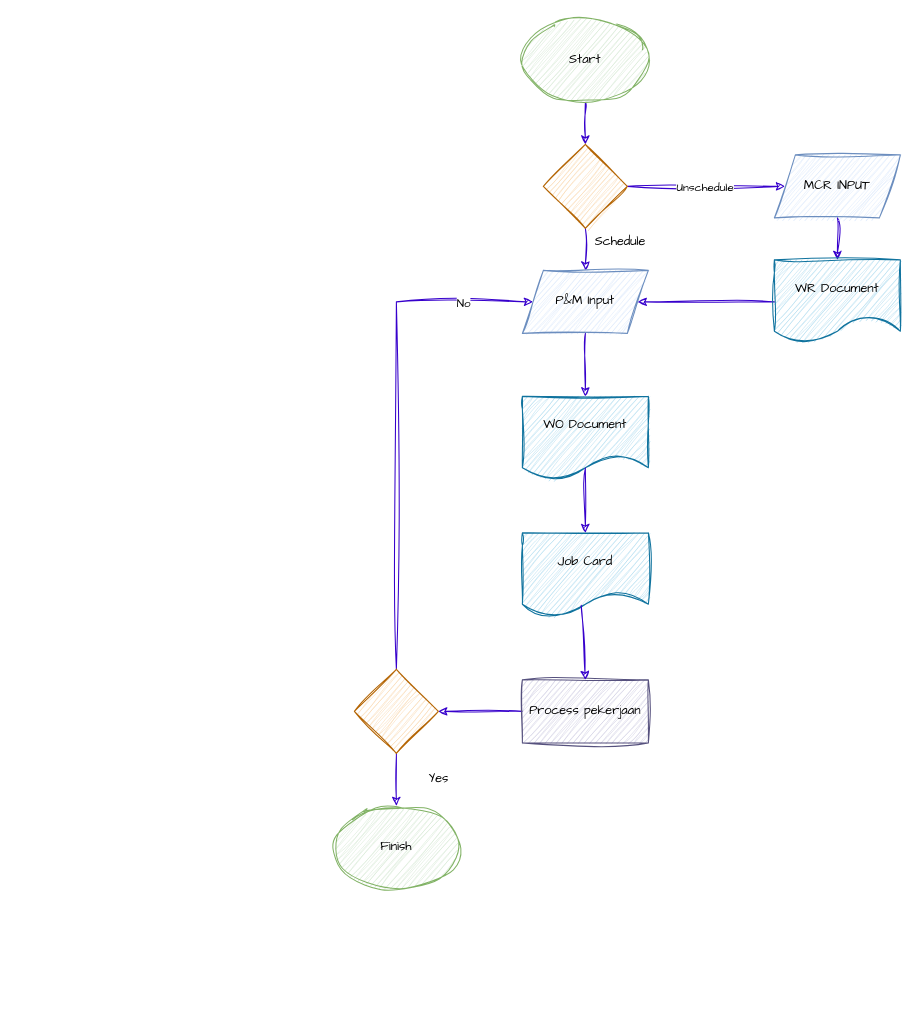
Earlier version of the draw.io diagram flowchart WO.drawio (ignafransdstn/social). Source tidied: cells renumbered, new cells numbered last; positions are measured from the earlier drawing's top-left corner, leaving out a move shared by most shapes. Both pictures are drawn from the tidied source at 105%, with x=0, y=0 at pixel (333, 18).
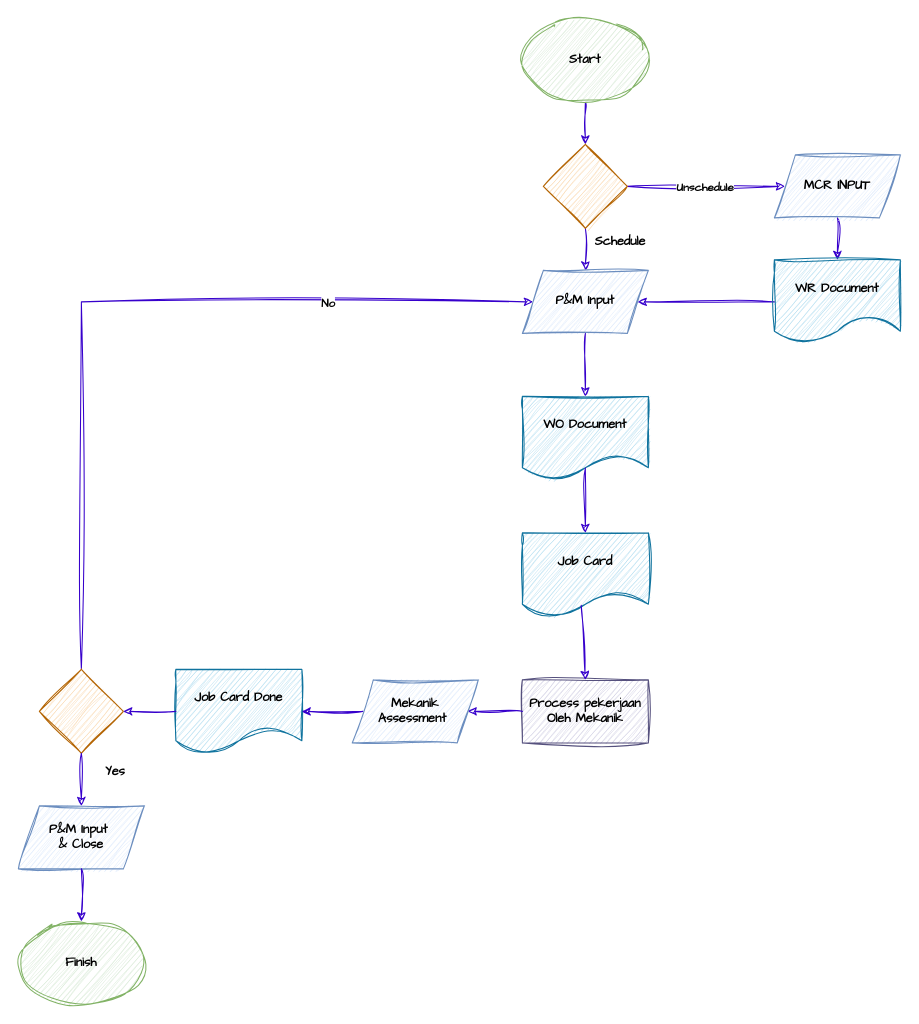
Above is the later version.

The change refers to these unchanged cells:
```xml
<mxCell id="4" style="edgeStyle=orthogonalEdgeStyle;rounded=0;sketch=1;hachureGap=4;jiggle=2;curveFitting=1;jettySize=auto;html=1;exitX=1;exitY=0.5;exitDx=0;exitDy=0;entryX=0;entryY=0.5;entryDx=0;entryDy=0;fontFamily=Architects Daughter;fillColor=#6a00ff;strokeColor=#3700CC;" parent="1" edge="1" source="7" target="11">
  <mxGeometry relative="1" as="geometry" />
</mxCell>
```

Diff of the diagram source:
```diff
@@
-    <mxCell id="3" value="Start" style="ellipse;whiteSpace=wrap;html=1;sketch=1;hachureGap=4;jiggle=2;curveFitting=1;fontFamily=Architects Daughter;fillColor=#d5e8d4;strokeColor=#82b366;" parent="1" vertex="1">
+    <mxCell id="3" value="&lt;b&gt;Start&lt;/b&gt;" style="ellipse;whiteSpace=wrap;html=1;sketch=1;hachureGap=4;jiggle=2;curveFitting=1;fontFamily=Architects Daughter;fillColor=#d5e8d4;strokeColor=#82b366;" parent="1" vertex="1">
       <mxGeometry x="180" width="120" height="80" as="geometry" />
     </mxCell>
@@
-    <mxCell id="5" value="Unschedule" style="edgeLabel;html=1;align=center;verticalAlign=middle;sketch=1;hachureGap=4;jiggle=2;curveFitting=1;fontFamily=Architects Daughter;" parent="4" vertex="1">
+    <mxCell id="5" value="&lt;b&gt;Unschedule&lt;/b&gt;" style="edgeLabel;html=1;align=center;verticalAlign=middle;sketch=1;hachureGap=4;jiggle=2;curveFitting=1;fontFamily=Architects Daughter;" parent="4" vertex="1">
       <mxGeometry x="-0.35" y="-3" relative="1" as="geometry">
         <mxPoint x="24" y="-3" as="offset" />
       </mxGeometry>
     </mxCell>
@@
-    <mxCell id="8" style="edgeStyle=orthogonalEdgeStyle;rounded=0;sketch=1;hachureGap=4;jiggle=2;curveFitting=1;jettySize=auto;html=1;exitX=0;exitY=0.5;exitDx=0;exitDy=0;entryX=1;entryY=0.5;entryDx=0;entryDy=0;fontFamily=Architects Daughter;fillColor=#6a00ff;strokeColor=#3700CC;" parent="1" edge="1" source="9" target="21">
-      <mxGeometry relative="1" as="geometry" />
-    </mxCell>
-    <mxCell id="9" value="Process pekerjaan" style="rounded=0;whiteSpace=wrap;html=1;sketch=1;hachureGap=4;jiggle=2;curveFitting=1;fontFamily=Architects Daughter;fillColor=#d0cee2;strokeColor=#56517e;" parent="1" vertex="1">
+    <mxCell id="9" value="&lt;b&gt;Process pekerjaan Oleh Mekanik&lt;/b&gt;" style="rounded=0;whiteSpace=wrap;html=1;sketch=1;hachureGap=4;jiggle=2;curveFitting=1;fontFamily=Architects Daughter;fillColor=#d0cee2;strokeColor=#56517e;" parent="1" vertex="1">
       <mxGeometry x="180" y="630" width="120" height="60" as="geometry" />
     </mxCell>
@@
-    <mxCell id="11" value="MCR INPUT" style="shape=parallelogram;perimeter=parallelogramPerimeter;whiteSpace=wrap;html=1;fixedSize=1;sketch=1;hachureGap=4;jiggle=2;curveFitting=1;fontFamily=Architects Daughter;fillColor=#dae8fc;strokeColor=#6c8ebf;" parent="1" vertex="1">
+    <mxCell id="11" value="&lt;b&gt;MCR INPUT&lt;/b&gt;" style="shape=parallelogram;perimeter=parallelogramPerimeter;whiteSpace=wrap;html=1;fixedSize=1;sketch=1;hachureGap=4;jiggle=2;curveFitting=1;fontFamily=Architects Daughter;fillColor=#dae8fc;strokeColor=#6c8ebf;" parent="1" vertex="1">
       <mxGeometry x="420" y="130" width="120" height="60" as="geometry" />
     </mxCell>
@@
-    <mxCell id="13" value="P&amp;amp;M Input" style="shape=parallelogram;perimeter=parallelogramPerimeter;whiteSpace=wrap;html=1;fixedSize=1;sketch=1;hachureGap=4;jiggle=2;curveFitting=1;fontFamily=Architects Daughter;fillColor=#dae8fc;strokeColor=#6c8ebf;" parent="1" vertex="1">
+    <mxCell id="13" value="&lt;b&gt;P&amp;amp;M Input&lt;/b&gt;" style="shape=parallelogram;perimeter=parallelogramPerimeter;whiteSpace=wrap;html=1;fixedSize=1;sketch=1;hachureGap=4;jiggle=2;curveFitting=1;fontFamily=Architects Daughter;fillColor=#dae8fc;strokeColor=#6c8ebf;" parent="1" vertex="1">
       <mxGeometry x="180" y="240" width="120" height="60" as="geometry" />
     </mxCell>
@@
-    <mxCell id="15" value="WR Document" style="shape=document;whiteSpace=wrap;html=1;boundedLbl=1;sketch=1;hachureGap=4;jiggle=2;curveFitting=1;fontFamily=Architects Daughter;fillColor=#b1ddf0;strokeColor=#10739e;" parent="1" vertex="1">
+    <mxCell id="15" value="&lt;b&gt;WR Document&lt;/b&gt;" style="shape=document;whiteSpace=wrap;html=1;boundedLbl=1;sketch=1;hachureGap=4;jiggle=2;curveFitting=1;fontFamily=Architects Daughter;fillColor=#b1ddf0;strokeColor=#10739e;" parent="1" vertex="1">
       <mxGeometry x="420" y="230" width="120" height="80" as="geometry" />
     </mxCell>
-    <mxCell id="16" value="WO Document" style="shape=document;whiteSpace=wrap;html=1;boundedLbl=1;sketch=1;hachureGap=4;jiggle=2;curveFitting=1;fontFamily=Architects Daughter;fillColor=#b1ddf0;strokeColor=#10739e;" parent="1" vertex="1">
+    <mxCell id="16" value="&lt;b&gt;WO Document&lt;/b&gt;" style="shape=document;whiteSpace=wrap;html=1;boundedLbl=1;sketch=1;hachureGap=4;jiggle=2;curveFitting=1;fontFamily=Architects Daughter;fillColor=#b1ddf0;strokeColor=#10739e;" parent="1" vertex="1">
       <mxGeometry x="180" y="360" width="120" height="80" as="geometry" />
     </mxCell>
-    <mxCell id="17" value="Job Card" style="shape=document;whiteSpace=wrap;html=1;boundedLbl=1;sketch=1;hachureGap=4;jiggle=2;curveFitting=1;fontFamily=Architects Daughter;fillColor=#b1ddf0;strokeColor=#10739e;" parent="1" vertex="1">
+    <mxCell id="17" value="&lt;b&gt;Job Card&lt;/b&gt;" style="shape=document;whiteSpace=wrap;html=1;boundedLbl=1;sketch=1;hachureGap=4;jiggle=2;curveFitting=1;fontFamily=Architects Daughter;fillColor=#b1ddf0;strokeColor=#10739e;" parent="1" vertex="1">
       <mxGeometry x="180" y="490" width="120" height="80" as="geometry" />
     </mxCell>
-    <mxCell id="18" style="edgeStyle=orthogonalEdgeStyle;rounded=0;sketch=1;hachureGap=4;jiggle=2;curveFitting=1;jettySize=auto;html=1;exitX=0.5;exitY=1;exitDx=0;exitDy=0;entryX=0.5;entryY=0;entryDx=0;entryDy=0;fontFamily=Architects Daughter;fillColor=#6a00ff;strokeColor=#3700CC;" parent="1" edge="1" source="21" target="24">
-      <mxGeometry relative="1" as="geometry" />
-    </mxCell>
-    <mxCell id="19" style="edgeStyle=orthogonalEdgeStyle;rounded=0;sketch=1;hachureGap=4;jiggle=2;curveFitting=1;jettySize=auto;html=1;exitX=0.5;exitY=0;exitDx=0;exitDy=0;entryX=0;entryY=0.5;entryDx=0;entryDy=0;fontFamily=Architects Daughter;fillColor=#6a00ff;strokeColor=#3700CC;" parent="1" edge="1" source="21" target="13">
+    <mxCell id="19" style="edgeStyle=orthogonalEdgeStyle;rounded=0;sketch=1;hachureGap=4;jiggle=2;curveFitting=1;jettySize=auto;html=1;entryX=0;entryY=0.5;entryDx=0;entryDy=0;fontFamily=Architects Daughter;fillColor=#6a00ff;strokeColor=#3700CC;fontStyle=1;exitX=0.5;exitY=0;exitDx=0;exitDy=0;" parent="1" edge="1" source="21" target="13">
       <mxGeometry relative="1" as="geometry">
         <Array as="points">
-          <mxPoint x="60" y="270" />
+          <mxPoint x="-240" y="270" />
         </Array>
       </mxGeometry>
     </mxCell>
-    <mxCell id="20" value="No" style="edgeLabel;html=1;align=center;verticalAlign=middle;sketch=1;hachureGap=4;jiggle=2;curveFitting=1;fontFamily=Architects Daughter;" parent="19" vertex="1">
-      <mxGeometry x="0.72" relative="1" as="geometry" />
+    <mxCell id="20" value="No" style="edgeLabel;html=1;align=center;verticalAlign=middle;sketch=1;hachureGap=4;jiggle=2;curveFitting=1;fontFamily=Architects Daughter;fontStyle=1;" parent="19" vertex="1">
+      <mxGeometry x="0.72" relative="1" as="geometry">
+        <mxPoint x="-87" as="offset" />
+      </mxGeometry>
     </mxCell>
     <mxCell id="21" style="rhombus;whiteSpace=wrap;html=1;sketch=1;hachureGap=4;jiggle=2;curveFitting=1;fontFamily=Architects Daughter;fillColor=#fad7ac;strokeColor=#b46504;" parent="1" vertex="1">
-      <mxGeometry x="20" y="620" width="80" height="80" as="geometry" />
+      <mxGeometry x="-280" y="620" width="80" height="80" as="geometry" />
     </mxCell>
@@
-    <mxCell id="24" value="Finish" style="ellipse;whiteSpace=wrap;html=1;sketch=1;hachureGap=4;jiggle=2;curveFitting=1;fontFamily=Architects Daughter;fillColor=#d5e8d4;strokeColor=#82b366;" parent="1" vertex="1">
-      <mxGeometry y="750" width="120" height="80" as="geometry" />
+    <mxCell id="24" value="&lt;b&gt;Finish&lt;/b&gt;" style="ellipse;whiteSpace=wrap;html=1;sketch=1;hachureGap=4;jiggle=2;curveFitting=1;fontFamily=Architects Daughter;fillColor=#d5e8d4;strokeColor=#82b366;" parent="1" vertex="1">
+      <mxGeometry x="-300" y="860" width="120" height="80" as="geometry" />
     </mxCell>
-    <mxCell id="25" value="Schedule" style="text;html=1;align=center;verticalAlign=middle;strokeColor=none;fillColor=none;fontFamily=Architects Daughter;" parent="1" vertex="1">
+    <mxCell id="25" value="&lt;b&gt;Schedule&lt;/b&gt;" style="text;html=1;align=center;verticalAlign=middle;strokeColor=none;fillColor=none;fontFamily=Architects Daughter;" parent="1" vertex="1">
       <mxGeometry x="238" y="198" width="70" height="30" as="geometry" />
     </mxCell>
-    <mxCell id="26" value="Yes" style="text;html=1;align=center;verticalAlign=middle;strokeColor=none;fillColor=none;fontFamily=Architects Daughter;" parent="1" vertex="1">
-      <mxGeometry x="80" y="710" width="40" height="30" as="geometry" />
+    <mxCell id="26" value="&lt;b&gt;Yes&lt;/b&gt;" style="text;html=1;align=center;verticalAlign=middle;strokeColor=none;fillColor=none;fontFamily=Architects Daughter;" parent="1" vertex="1">
+      <mxGeometry x="-228" y="703" width="40" height="30" as="geometry" />
     </mxCell>
+    <mxCell id="27" value="&lt;b&gt;Job Card Done&lt;/b&gt;" style="shape=document;whiteSpace=wrap;html=1;boundedLbl=1;sketch=1;hachureGap=4;jiggle=2;curveFitting=1;fontFamily=Architects Daughter;fillColor=#b1ddf0;strokeColor=#10739e;" parent="1" vertex="1">
+      <mxGeometry x="-150" y="620" width="120" height="80" as="geometry" />
+    </mxCell>
+    <mxCell id="28" style="edgeStyle=orthogonalEdgeStyle;rounded=0;sketch=1;hachureGap=4;jiggle=2;curveFitting=1;jettySize=auto;html=1;exitX=0;exitY=0.5;exitDx=0;exitDy=0;fontFamily=Architects Daughter;fillColor=#6a00ff;strokeColor=#3700CC;entryX=1;entryY=0.5;entryDx=0;entryDy=0;" parent="1" edge="1" source="9" target="29">
+      <mxGeometry relative="1" as="geometry" />
+    </mxCell>
+    <mxCell id="29" value="&lt;b&gt;Mekanik Assessment&amp;nbsp;&lt;/b&gt;" style="shape=parallelogram;perimeter=parallelogramPerimeter;whiteSpace=wrap;html=1;fixedSize=1;sketch=1;hachureGap=4;jiggle=2;curveFitting=1;fontFamily=Architects Daughter;fillColor=#dae8fc;strokeColor=#6c8ebf;" parent="1" vertex="1">
+      <mxGeometry x="18" y="630" width="120" height="60" as="geometry" />
+    </mxCell>
+    <mxCell id="30" value="&lt;b&gt;P&amp;amp;M Input&amp;nbsp;&lt;/b&gt;&lt;div&gt;&lt;b&gt;&amp;amp; Close&lt;/b&gt;&lt;/div&gt;" style="shape=parallelogram;perimeter=parallelogramPerimeter;whiteSpace=wrap;html=1;fixedSize=1;sketch=1;hachureGap=4;jiggle=2;curveFitting=1;fontFamily=Architects Daughter;fillColor=#dae8fc;strokeColor=#6c8ebf;align=center;" parent="1" vertex="1">
+      <mxGeometry x="-300" y="750" width="120" height="60" as="geometry" />
+    </mxCell>
+    <mxCell id="31" style="edgeStyle=orthogonalEdgeStyle;rounded=0;sketch=1;hachureGap=4;jiggle=2;curveFitting=1;jettySize=auto;html=1;exitX=0;exitY=0.5;exitDx=0;exitDy=0;fontFamily=Architects Daughter;fillColor=#6a00ff;strokeColor=#3700CC;entryX=1;entryY=0.5;entryDx=0;entryDy=0;" parent="1" edge="1" source="29" target="27">
+      <mxGeometry relative="1" as="geometry" />
+    </mxCell>
+    <mxCell id="32" style="edgeStyle=orthogonalEdgeStyle;rounded=0;sketch=1;hachureGap=4;jiggle=2;curveFitting=1;jettySize=auto;html=1;exitX=0;exitY=0.5;exitDx=0;exitDy=0;fontFamily=Architects Daughter;fillColor=#6a00ff;strokeColor=#3700CC;entryX=1;entryY=0.5;entryDx=0;entryDy=0;" parent="1" edge="1" source="27" target="21">
+      <mxGeometry relative="1" as="geometry" />
+    </mxCell>
+    <mxCell id="33" style="endArrow=classic;html=1;rounded=0;sketch=1;hachureGap=4;jiggle=2;curveFitting=1;fontFamily=Architects Daughter;exitX=0.5;exitY=1;exitDx=0;exitDy=0;entryX=0.5;entryY=0;entryDx=0;entryDy=0;fillColor=#6a00ff;strokeColor=#3700CC;" parent="1" edge="1" source="21" target="30">
+      <mxGeometry relative="1" as="geometry" />
+    </mxCell>
+    <mxCell id="34" style="endArrow=classic;html=1;rounded=0;sketch=1;hachureGap=4;jiggle=2;curveFitting=1;fontFamily=Architects Daughter;exitX=0.5;exitY=1;exitDx=0;exitDy=0;entryX=0.5;entryY=0;entryDx=0;entryDy=0;fillColor=#6a00ff;strokeColor=#3700CC;" parent="1" edge="1" source="30" target="24">
+      <mxGeometry relative="1" as="geometry" />
+    </mxCell>
```
